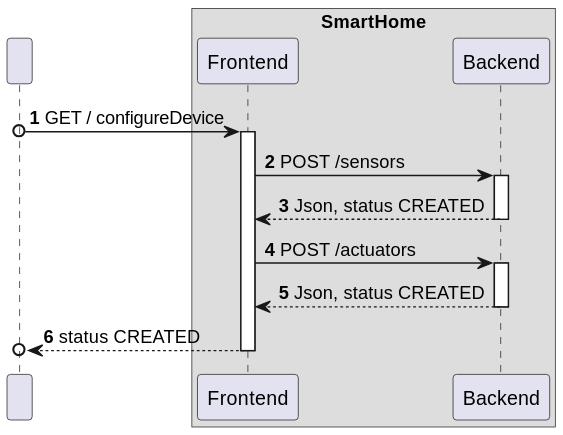
Before: docs/C4_4plus1_models/Level2/ProcessView/ProcessViewLevel2_UC20_v1.svg, a diagram exported from PlantUML (moutajDev/smarthome). Source of this version:
```plantuml
@startuml
!pragma layout smetana

autonumber

participant " " as User
    box SmartHome
    participant Frontend as FE
    participant Backend as BE
    end box


User o-> FE :  GET / configureDevice
activate FE

FE -> BE : POST /sensors
activate BE

BE --> FE : Json, status CREATED
deactivate BE

FE -> BE : POST /actuators
activate BE

BE --> FE :  Json, status CREATED
deactivate BE

FE -->o User : status CREATED
deactivate FE
@enduml
```
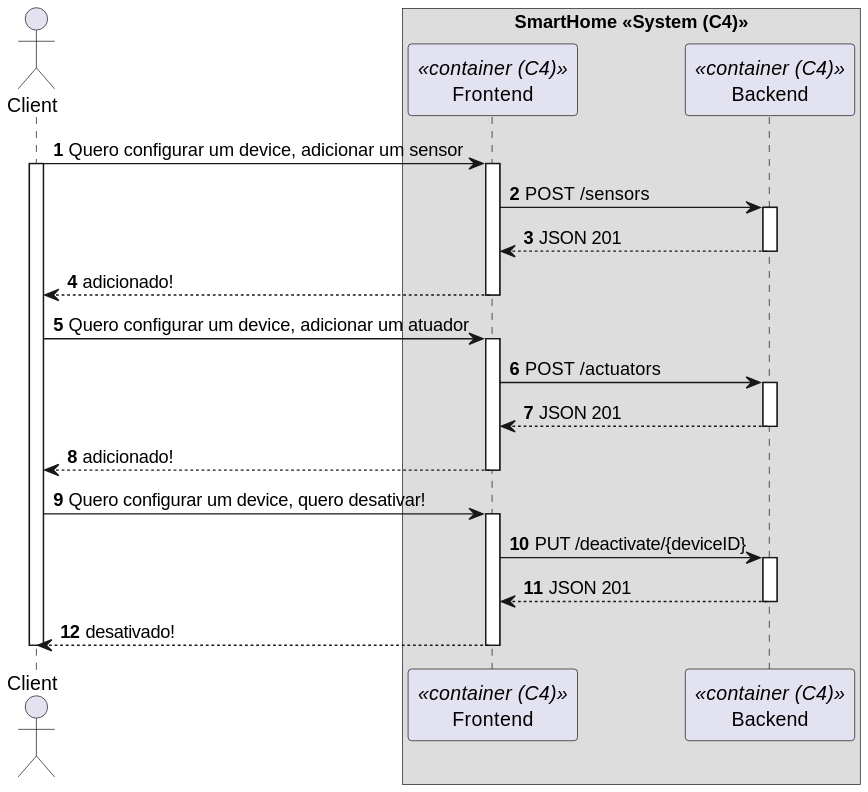
After the change.

The edit, as a diff of the source:
```diff
@@ -3,28 +3,49 @@
 
 autonumber
 
-participant " " as User
-    box SmartHome
-    participant Frontend as FE
-    participant Backend as BE
+actor "Client" as User
+
+    box SmartHome <<System (C4)>>
+    participant Frontend as FE<<container (C4)>>
+    participant Backend as BE<<container (C4)>>
     end box
 
 
-User o-> FE :  GET / configureDevice
+User -> FE :  Quero configurar um device, adicionar um sensor
 activate FE
+activate User
 
 FE -> BE : POST /sensors
 activate BE
 
-BE --> FE : Json, status CREATED
+BE --> FE : JSON 201
 deactivate BE
+
+FE --> User : adicionado!
+deactivate FE
+
+User -> FE :  Quero configurar um device, adicionar um atuador
+activate FE
 
 FE -> BE : POST /actuators
 activate BE
 
-BE --> FE :  Json, status CREATED
+BE --> FE :  JSON 201
 deactivate BE
 
-FE -->o User : status CREATED
+FE --> User : adicionado!
 deactivate FE
+
+User -> FE :  Quero configurar um device, quero desativar!
+activate FE
+
+FE -> BE : PUT /deactivate/{deviceID}
+activate BE
+
+BE --> FE :  JSON 201
+deactivate BE
+
+FE --> User : desativado!
+deactivate FE
+deactivate User
 @enduml
```
